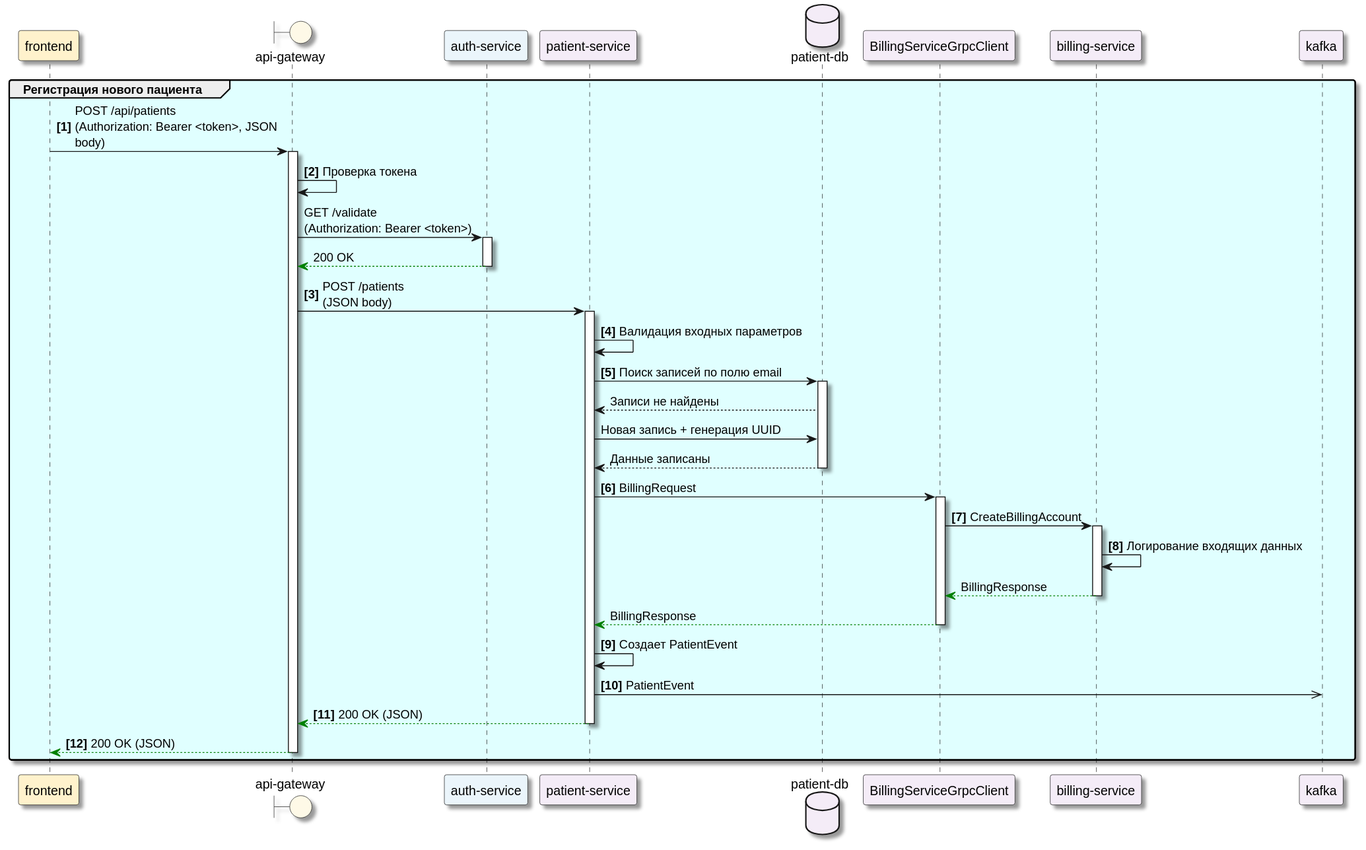
The PlantUML diagram Docs/As-is/Diagrams/Registration.svg in ni1a207/Healthcare-System, before a commit.
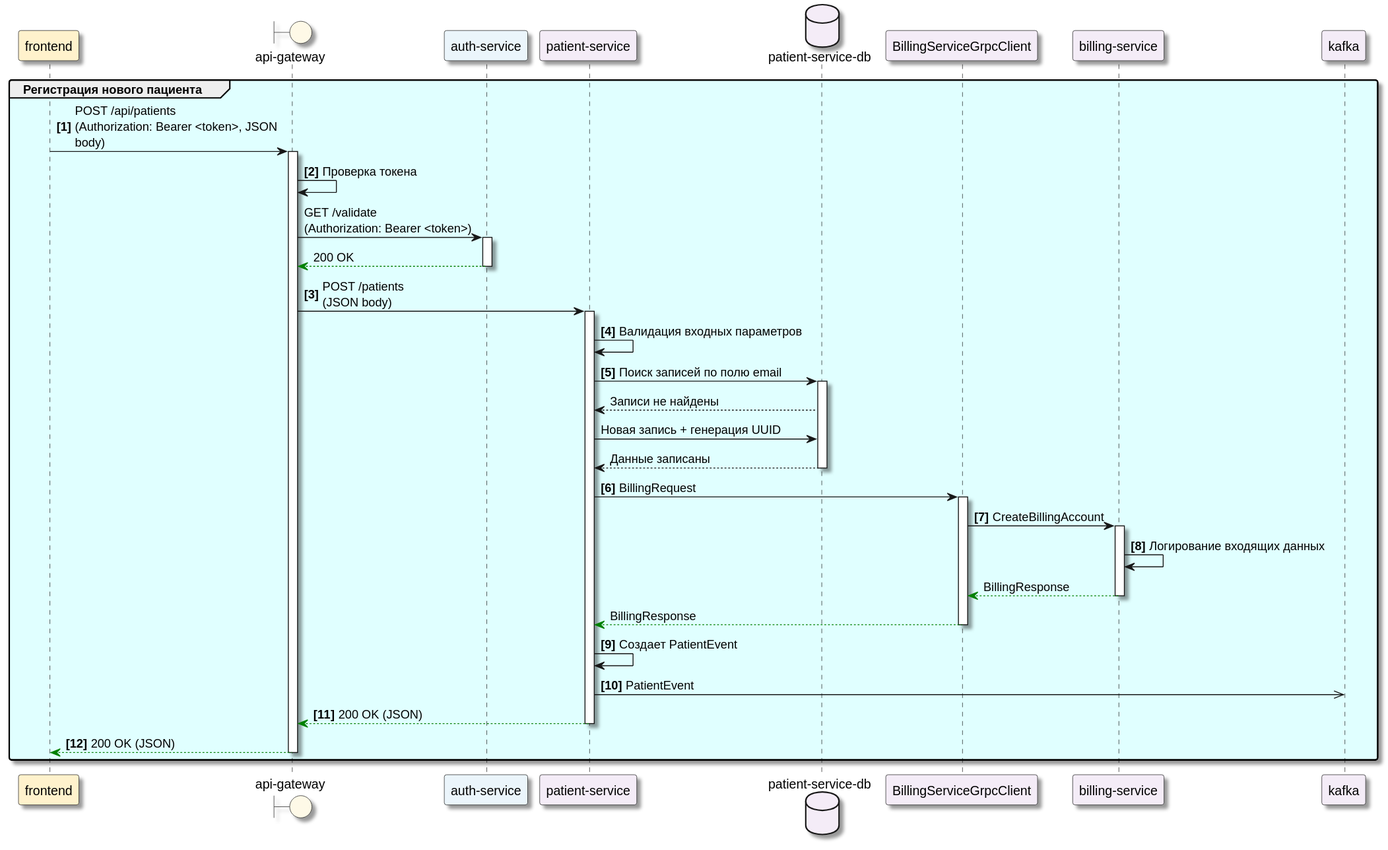
Above is the later version.

What changed in the source:
```diff
@@ -6,7 +6,7 @@
 boundary "api-gateway" as GW #FEF9E7
 participant "auth-service" as Auth #EBF5FB
 participant "patient-service" as PS #F4ECF7
-database "patient-db" as DB #F4ECF7
+database "patient-service-db" as DB #F4ECF7
 participant "BillingServiceGrpcClient" as BSGRPC #F4ECF7
 participant "billing-service" as BS #F4ECF7
 participant "kafka" as K #F4ECF7
```
